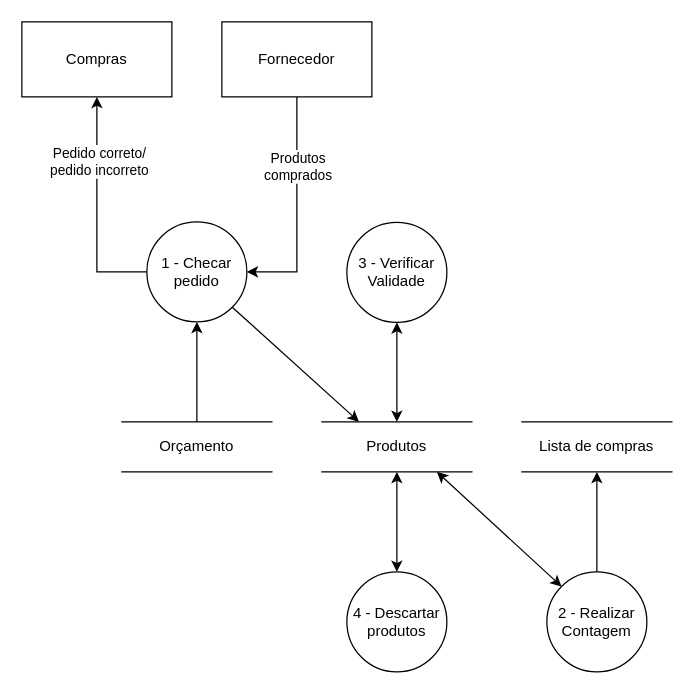
The draw.io diagram docs/ARTEFATOS(15-23)/Gerenciar_Produtos/DFD_GERENCIAR_PRODUTOS.drawio in Darienzo08/ope_ads, before the edit. Source tidied: cells renumbered, new cells numbered last; positions are measured from the earlier drawing's top-left corner, leaving out a move shared by most shapes. Both pictures are drawn from the tidied source at 125%, with x=0, y=0 at pixel (21, 21).
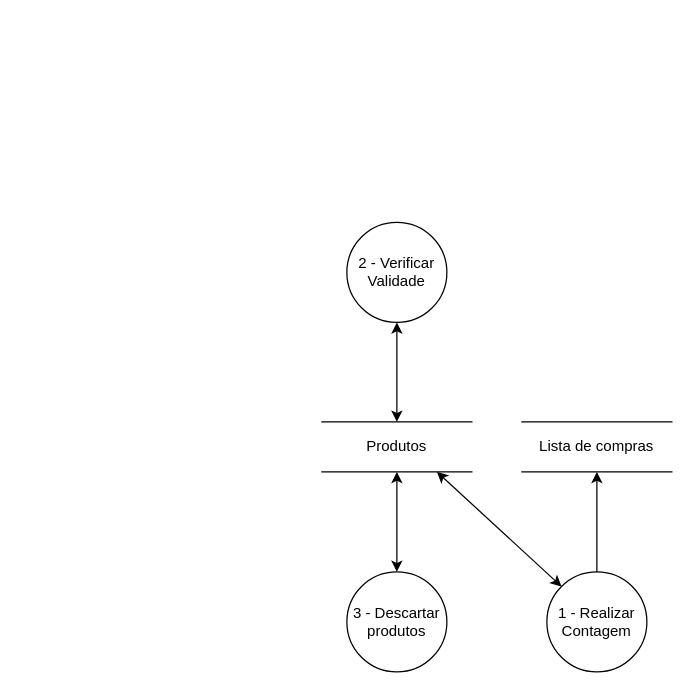
The same page after the edit.

Unchanged cells that the change refers to:
```xml
<mxCell id="12" value="Produtos" style="shape=partialRectangle;whiteSpace=wrap;html=1;left=0;right=0;fillColor=none;" parent="1" vertex="1">
  <mxGeometry x="240" y="320" width="120" height="40" as="geometry" />
</mxCell>
<mxCell id="20" value="Lista de compras" style="shape=partialRectangle;whiteSpace=wrap;html=1;left=0;right=0;fillColor=none;" parent="1" vertex="1">
  <mxGeometry x="400" y="320" width="120" height="40" as="geometry" />
</mxCell>
```

Diff of the diagram source:
```diff
@@
-    <mxCell id="2" style="edgeStyle=orthogonalEdgeStyle;rounded=0;jettySize=auto;html=1;entryX=1;entryY=0.5;entryDx=0;entryDy=0;exitX=0.5;exitY=1;exitDx=0;exitDy=0;" parent="1" edge="1" source="15" target="7">
-      <mxGeometry relative="1" as="geometry">
-        <Array as="points">
-          <mxPoint x="220" y="200" />
-        </Array>
-      </mxGeometry>
-    </mxCell>
-    <mxCell id="3" value="Produtos&lt;br&gt;comprados" style="edgeLabel;html=1;align=center;verticalAlign=middle;" parent="2" vertex="1">
-      <mxGeometry x="-0.2" y="-2" relative="1" as="geometry">
-        <mxPoint x="2" y="-16.7" as="offset" />
-      </mxGeometry>
-    </mxCell>
-    <mxCell id="4" value="3 - Verificar&lt;br&gt;Validade" style="ellipse;whiteSpace=wrap;html=1;" parent="1" vertex="1">
+    <mxCell id="4" value="2 - Verificar&lt;br&gt;Validade" style="ellipse;whiteSpace=wrap;html=1;" parent="1" vertex="1">
       <mxGeometry x="260" y="160.4" width="80" height="80" as="geometry" />
     </mxCell>
-    <mxCell id="5" style="edgeStyle=orthogonalEdgeStyle;rounded=0;jumpSize=11;jettySize=auto;html=1;entryX=0.5;entryY=1;entryDx=0;entryDy=0;exitX=0;exitY=0.5;exitDx=0;exitDy=0;" parent="1" edge="1" source="7" target="18">
-      <mxGeometry relative="1" as="geometry">
-        <Array as="points">
-          <mxPoint x="60" y="200" />
-        </Array>
-      </mxGeometry>
-    </mxCell>
-    <mxCell id="6" value="Pedido correto/&lt;br&gt;pedido incorreto" style="edgeLabel;html=1;align=center;verticalAlign=middle;" parent="5" vertex="1">
-      <mxGeometry x="0.43" y="-1" relative="1" as="geometry" />
-    </mxCell>
-    <mxCell id="7" value="1 - Checar pedido" style="ellipse;whiteSpace=wrap;html=1;" parent="1" vertex="1">
-      <mxGeometry x="100" y="160" width="80" height="80" as="geometry" />
-    </mxCell>
-    <mxCell id="8" value="4 - Descartar&lt;br&gt;produtos" style="ellipse;whiteSpace=wrap;html=1;" parent="1" vertex="1">
+    <mxCell id="8" value="3 - Descartar&lt;br&gt;produtos" style="ellipse;whiteSpace=wrap;html=1;" parent="1" vertex="1">
       <mxGeometry x="260" y="440" width="80" height="80" as="geometry" />
     </mxCell>
-    <mxCell id="9" style="edgeStyle=orthogonalEdgeStyle;rounded=0;jettySize=auto;html=1;entryX=0.5;entryY=1;entryDx=0;entryDy=0;" parent="1" edge="1" source="10" target="20">
-      <mxGeometry relative="1" as="geometry" />
-    </mxCell>
-    <mxCell id="10" value="2 - Realizar&lt;br&gt;Contagem" style="ellipse;whiteSpace=wrap;html=1;" parent="1" vertex="1">
+    <mxCell id="10" value="1 - Realizar&lt;br&gt;Contagem" style="ellipse;whiteSpace=wrap;html=1;" parent="1" vertex="1">
       <mxGeometry x="420" y="440" width="80" height="80" as="geometry" />
     </mxCell>
-    <mxCell id="11" value="Orçamento" style="shape=partialRectangle;whiteSpace=wrap;html=1;left=0;right=0;fillColor=none;" parent="1" vertex="1">
-      <mxGeometry x="80" y="320" width="120" height="40" as="geometry" />
-    </mxCell>
@@
-    <mxCell id="13" style="endArrow=classic;startArrow=none;html=1;exitX=0.5;exitY=0;exitDx=0;exitDy=0;entryX=0.5;entryY=1;entryDx=0;entryDy=0;startFill=0;" parent="1" edge="1" source="11" target="7">
-      <mxGeometry relative="1" as="geometry" />
-    </mxCell>
@@
-    <mxCell id="15" value="Fornecedor" style="rounded=0;whiteSpace=wrap;html=1;" parent="1" vertex="1">
-      <mxGeometry x="160" width="120" height="60" as="geometry" />
-    </mxCell>
@@
-    <mxCell id="18" value="Compras" style="rounded=0;whiteSpace=wrap;html=1;" parent="1" vertex="1">
-      <mxGeometry width="120" height="60" as="geometry" />
-    </mxCell>
-    <mxCell id="19" style="endArrow=classic;html=1;exitX=1;exitY=1;exitDx=0;exitDy=0;entryX=0.247;entryY=-0.003;entryDx=0;entryDy=0;entryPerimeter=0;" parent="1" edge="1" source="7" target="12">
-      <mxGeometry relative="1" as="geometry" />
-    </mxCell>
@@
+    <mxCell id="9" style="endArrow=classic;html=1;exitX=0.5;exitY=0;exitDx=0;exitDy=0;entryX=0.5;entryY=1;entryDx=0;entryDy=0;" parent="1" edge="1" source="10" target="20">
+      <mxGeometry relative="1" as="geometry" />
+    </mxCell>
```
